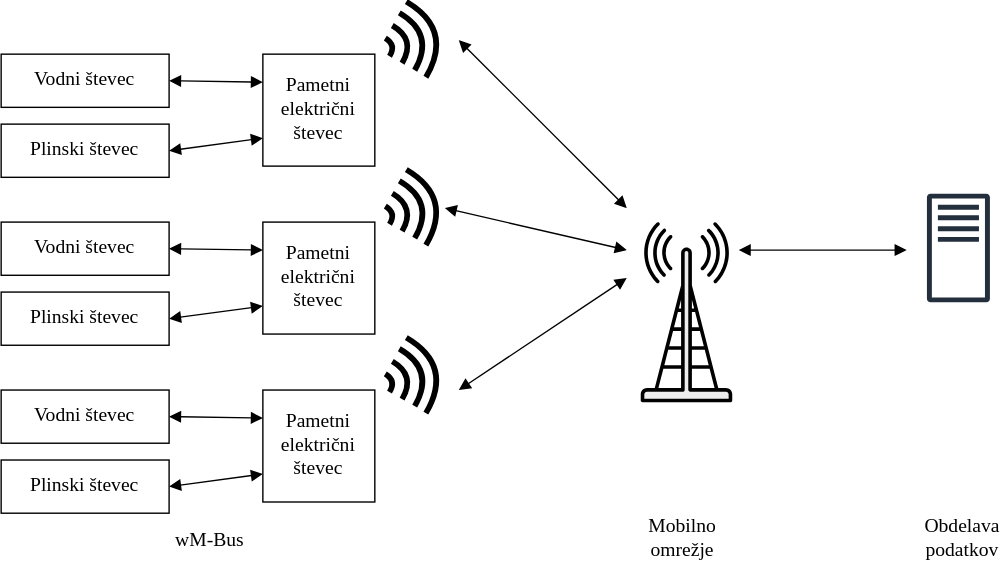
harka069/mag keeps this draw.io diagram as Slike/AMI.svg. Above is the earlier version. Source tidied: cells renumbered, new cells last; positions are measured from the earlier drawing's top-left corner, leaving out a move shared by most shapes.
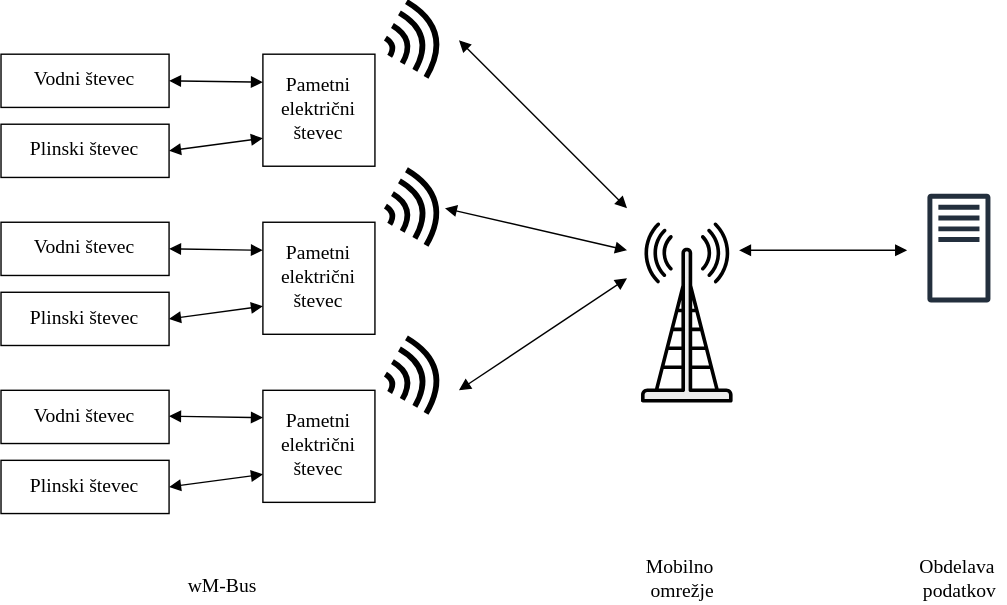
The same diagram one commit later.

What changed in the source:
```diff
@@ -29,12 +29,15 @@
     <mxCell id="10" style="endArrow=block;html=1;rounded=0;exitX=1;exitY=0.5;exitDx=0;exitDy=0;entryX=0;entryY=0.75;entryDx=0;entryDy=0;startArrow=block;startFill=1;endFill=1;fontFamily=Latin Modern;fontSize=14;convertToSvg=0;" parent="1" edge="1" source="9" target="7">
       <mxGeometry relative="1" as="geometry" />
     </mxCell>
-    <mxCell id="11" style="endArrow=block;html=1;rounded=0;exitX=1;exitY=0.5;exitDx=0;exitDy=0;entryX=0;entryY=0.25;entryDx=0;entryDy=0;startArrow=block;startFill=1;endFill=1;fontFamily=Latin Modern;fontSize=14;convertToSvg=0;" parent="1" edge="1" source="8" target="7">
-      <mxGeometry relative="1" as="geometry" />
+    <mxCell id="11" style="endArrow=block;html=1;rounded=0;exitX=1;exitY=0.5;exitDx=0;exitDy=0;entryX=0;entryY=0.25;entryDx=0;entryDy=0;startArrow=block;startFill=1;endFill=1;fontFamily=Latin Modern;fontSize=14;convertToSvg=0;" parent="1" edge="1">
+      <mxGeometry relative="1" as="geometry">
+        <mxPoint x="120" y="295.5" as="sourcePoint" />
+        <mxPoint x="187" y="296.5" as="targetPoint" />
+      </mxGeometry>
     </mxCell>
     <mxCell id="12" value="&lt;div&gt;wM-Bus&lt;/div&gt;" style="edgeLabel;html=1;align=center;verticalAlign=middle;fontSize=14;fontFamily=Latin Modern;convertToSvg=0;" parent="11" vertex="1">
       <mxGeometry relative="1" as="geometry">
-        <mxPoint x="-5" y="88" as="offset" />
+        <mxPoint x="4" y="121" as="offset" />
       </mxGeometry>
     </mxCell>
     <mxCell id="13" value="&lt;div&gt;Pametni&lt;/div&gt;&lt;div&gt;električni&lt;/div&gt;&lt;div&gt;števec&lt;/div&gt;" style="rounded=0;whiteSpace=wrap;html=1;fontFamily=Latin Modern;fontSize=14;convertToSvg=0;" parent="1" vertex="1">
@@ -52,8 +55,8 @@
     <mxCell id="17" style="endArrow=block;html=1;rounded=0;exitX=1;exitY=0.5;exitDx=0;exitDy=0;entryX=0;entryY=0.25;entryDx=0;entryDy=0;startArrow=block;startFill=1;endFill=1;fontFamily=Latin Modern;fontSize=14;convertToSvg=0;" parent="1" edge="1" source="14" target="13">
       <mxGeometry relative="1" as="geometry" />
     </mxCell>
-    <mxCell id="18" value="Mobilno&amp;nbsp; omrežje" style="text;html=1;whiteSpace=wrap;strokeColor=none;fillColor=none;align=center;verticalAlign=middle;rounded=0;fontFamily=Latin Modern;fontSize=14;convertToSvg=1;svgWhiteSpace=wrap;" parent="1" vertex="1">
-      <mxGeometry x="457" y="367" width="60" height="30" as="geometry" />
+    <mxCell id="18" value="Mobilno&amp;nbsp; omrežje" style="text;html=1;whiteSpace=wrap;strokeColor=none;fillColor=none;align=center;verticalAlign=middle;rounded=0;fontFamily=Latin Modern;fontSize=14;convertToSvg=0;svgWhiteSpace=wrap;" parent="1" vertex="1">
+      <mxGeometry x="457" y="397" width="60" height="30" as="geometry" />
     </mxCell>
     <mxCell id="19" style="shape=mxgraph.networks2.icon;fillColor=#EDEDED;strokeColor=#000000;gradientColor=#5B6163;network2IconShadow=1;network2bgFillColor=none;labelPosition=center;verticalLabelPosition=bottom;align=center;verticalAlign=top;network2Icon=mxgraph.networks2.antenna;network2IconYOffset=0.0004;network2IconW=0.508;network2IconH=0.9997;html=1;convertToSvg=1;fontFamily=Latin Modern;fontSize=14;" parent="1" vertex="1">
       <mxGeometry x="457" y="157" width="65.4" height="128.7" as="geometry" />
@@ -199,8 +202,8 @@
         <mxPoint x="647" y="177" as="targetPoint" />
       </mxGeometry>
     </mxCell>
-    <mxCell id="39" value="Obdelava&amp;nbsp; podatkov" style="text;html=1;whiteSpace=wrap;strokeColor=none;fillColor=none;align=center;verticalAlign=middle;rounded=0;fontSize=14;fontFamily=Latin Modern;convertToSvg=1;svgWhiteSpace=wrap;" parent="1" vertex="1">
-      <mxGeometry x="657" y="367" width="60" height="30" as="geometry" />
+    <mxCell id="39" value="Obdelava&amp;nbsp; podatkov" style="text;html=1;whiteSpace=wrap;strokeColor=none;fillColor=none;align=center;verticalAlign=middle;rounded=0;fontSize=14;fontFamily=Latin Modern;convertToSvg=0;svgWhiteSpace=wrap;" parent="1" vertex="1">
+      <mxGeometry x="654.5" y="397" width="60" height="30" as="geometry" />
     </mxCell>
     <mxCell id="40" style="sketch=0;fontColor=#232F3E;gradientColor=none;fillColor=#232F3D;strokeColor=none;dashed=0;verticalLabelPosition=bottom;verticalAlign=top;align=center;html=1;fontSize=14;fontStyle=0;shape=mxgraph.aws4.traditional_server;convertToSvg=1;fontFamily=Latin Modern;" parent="1" vertex="1">
       <mxGeometry x="662" y="137" width="45" height="78" as="geometry" />
```
